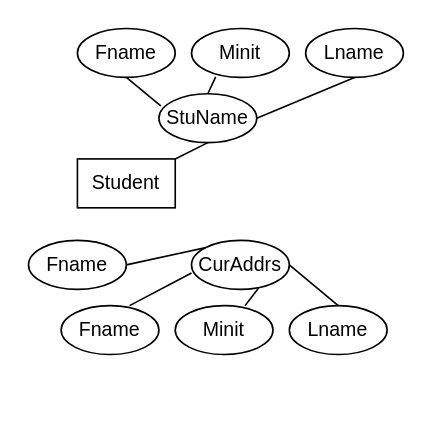
Baconbuilder/blah keeps this draw.io diagram as Untitled Diagram.drawio. Above is the earlier version. Source tidied: cells renumbered, new cells numbered last; positions are measured from the earlier drawing's top-left corner, leaving out a move shared by most shapes. Both pictures are drawn from the tidied source at 163%, with x=0, y=0 at pixel (28, 28).
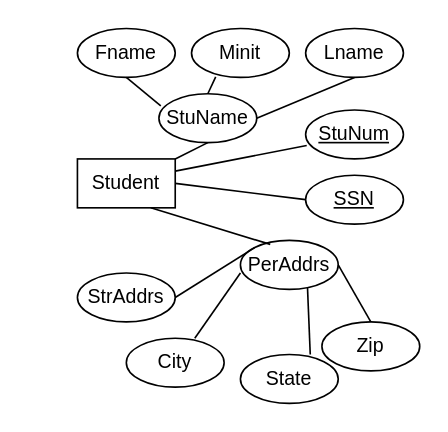
The same diagram, later.

The change refers to these unchanged cells:
```xml
<mxCell id="2" value="Student" style="rounded=0;whiteSpace=wrap;html=1;" parent="1" vertex="1">
  <mxGeometry x="30" y="80" width="60" height="30" as="geometry" />
</mxCell>
```

Diff of the diagram source:
```diff
@@
-    <mxCell id="11" value="CurAddrs" style="ellipse;whiteSpace=wrap;html=1;" parent="1" vertex="1">
-      <mxGeometry x="100" y="130" width="60" height="30" as="geometry" />
+    <mxCell id="11" value="PerAddrs" style="ellipse;whiteSpace=wrap;html=1;" parent="1" vertex="1">
+      <mxGeometry x="130" y="130" width="60" height="30" as="geometry" />
     </mxCell>
-    <mxCell id="12" value="Fname" style="ellipse;whiteSpace=wrap;html=1;" parent="1" vertex="1">
-      <mxGeometry x="20" y="170" width="60" height="30" as="geometry" />
+    <mxCell id="12" value="City" style="ellipse;whiteSpace=wrap;html=1;" parent="1" vertex="1">
+      <mxGeometry x="60" y="190" width="60" height="30" as="geometry" />
     </mxCell>
-    <mxCell id="13" value="Minit" style="ellipse;whiteSpace=wrap;html=1;" parent="1" vertex="1">
-      <mxGeometry x="90" y="170" width="60" height="30" as="geometry" />
+    <mxCell id="13" value="State" style="ellipse;whiteSpace=wrap;html=1;" parent="1" vertex="1">
+      <mxGeometry x="130" y="200" width="60" height="30" as="geometry" />
     </mxCell>
-    <mxCell id="14" value="Lname" style="ellipse;whiteSpace=wrap;html=1;" parent="1" vertex="1">
-      <mxGeometry x="160" y="170" width="60" height="30" as="geometry" />
+    <mxCell id="14" value="Zip" style="ellipse;whiteSpace=wrap;html=1;" parent="1" vertex="1">
+      <mxGeometry x="180" y="180" width="60" height="30" as="geometry" />
     </mxCell>
@@
-    <mxCell id="18" value="Fname" style="ellipse;whiteSpace=wrap;html=1;" parent="1" vertex="1">
-      <mxGeometry y="130" width="60" height="30" as="geometry" />
+    <mxCell id="18" value="StrAddrs" style="ellipse;whiteSpace=wrap;html=1;" parent="1" vertex="1">
+      <mxGeometry x="30" y="150" width="60" height="30" as="geometry" />
     </mxCell>
@@
+    <mxCell id="20" style="endArrow=none;html=1;rounded=0;entryX=0.75;entryY=1;entryDx=0;entryDy=0;exitX=0.305;exitY=0.081;exitDx=0;exitDy=0;exitPerimeter=0;" parent="1" edge="1" source="11" target="2">
+      <mxGeometry relative="1" as="geometry" />
+    </mxCell>
+    <mxCell id="21" value="StuNum" style="ellipse;whiteSpace=wrap;html=1;fontStyle=4;" parent="1" vertex="1">
+      <mxGeometry x="170" y="50" width="60" height="30" as="geometry" />
+    </mxCell>
+    <mxCell id="22" value="SSN" style="ellipse;whiteSpace=wrap;html=1;fontStyle=4;" parent="1" vertex="1">
+      <mxGeometry x="170" y="90" width="60" height="30" as="geometry" />
+    </mxCell>
+    <mxCell id="23" style="endArrow=none;html=1;rounded=0;entryX=0.011;entryY=0.724;entryDx=0;entryDy=0;entryPerimeter=0;exitX=1;exitY=0.25;exitDx=0;exitDy=0;" parent="1" edge="1" source="2" target="21">
+      <mxGeometry relative="1" as="geometry" />
+    </mxCell>
+    <mxCell id="24" style="endArrow=none;html=1;rounded=0;entryX=0;entryY=0.5;entryDx=0;entryDy=0;exitX=1;exitY=0.5;exitDx=0;exitDy=0;" parent="1" edge="1" source="2" target="22">
+      <mxGeometry relative="1" as="geometry" />
+    </mxCell>
```
